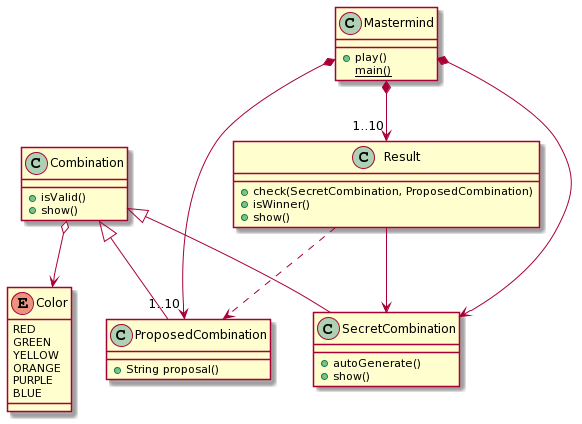
Above: Mastermind.png in Master-Desarrollo-20-21/ejercicio-1-relaciones-entre-clases-ajsinoga (PlantUML), before the change.
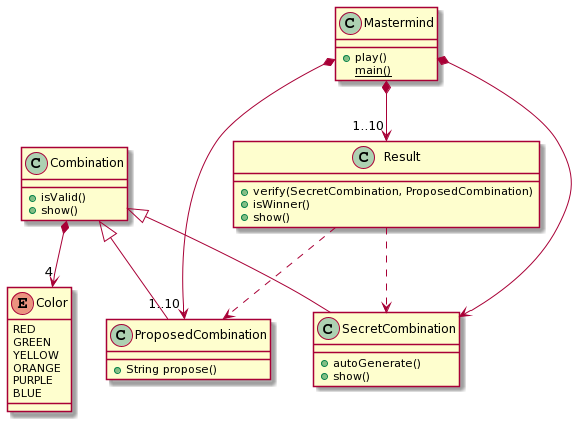
Above is the later version.

Commit message:
Relaciones con las combinaciones son de uso

Diff of the diagram source:
```diff
@@ -6,17 +6,17 @@
 }
 
 
-Mastermind *--> SecretCombination
+Mastermind *-down-> SecretCombination
 class SecretCombination
 {
 +autoGenerate()
 +show()
 }
 
-Mastermind *--> "1..10" ProposedCombination
+Mastermind *-down-> "1..10" ProposedCombination
 class ProposedCombination
 {
-+String proposal()
++String propose()
 }
 
 class Combination
@@ -25,23 +25,23 @@
 +show()
 }
 
-Combination <|-- SecretCombination
+Combination <|-down- SecretCombination
 
-Combination <|-- ProposedCombination
+Combination <|-down- ProposedCombination
 
 Mastermind *--> "1..10" Result
 class Result
 {
-+check(SecretCombination, ProposedCombination)
++verify(SecretCombination, ProposedCombination)
 +isWinner()
 +show()
 }
 
-Result --> SecretCombination
+Result ..> SecretCombination
 Result ..> ProposedCombination
 
 
-Combination o--> Color
+Combination *-->"4" Color
 enum Color {
   RED
   GREEN
```
